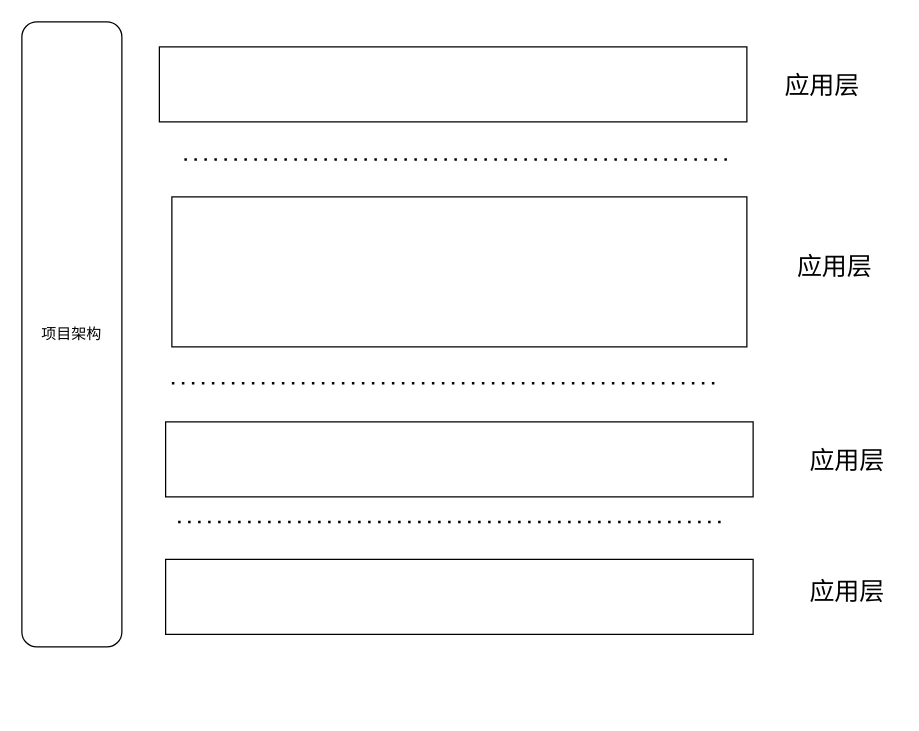
Above: Untitled Diagram.drawio in iznilul/A-draw.io (draw.io), before the change. Source tidied: cells renumbered, new cells numbered last; positions are measured from the earlier drawing's top-left corner, leaving out a move shared by most shapes. Both pictures are drawn from the tidied source at 125%, with x=0, y=0 at pixel (-241, 46).
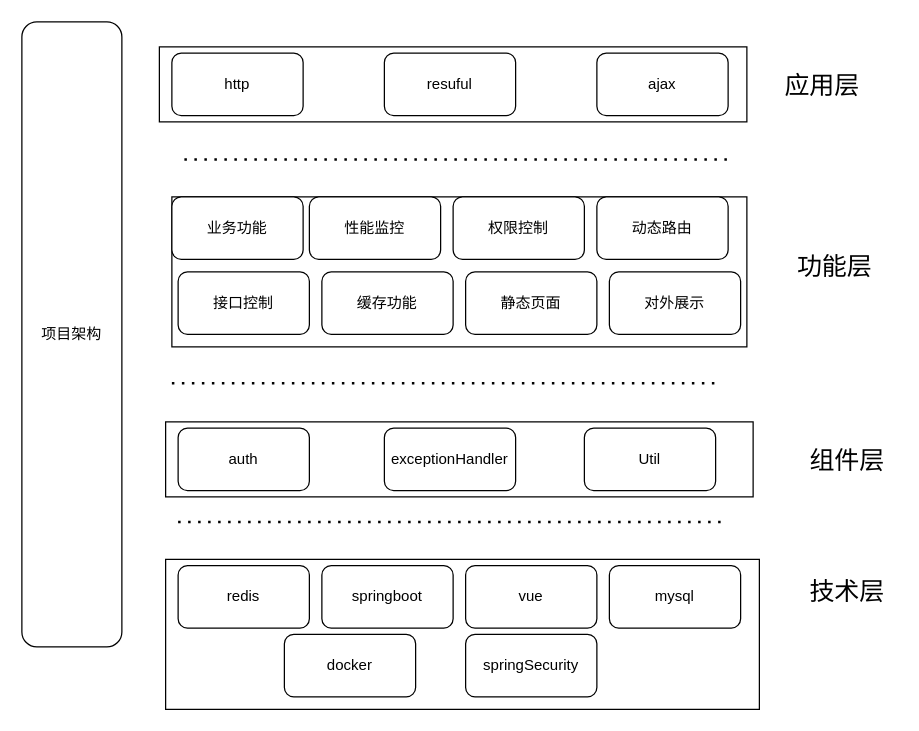
Above is the later version.

The edit, as a diff of the source:
```diff
@@
     <mxCell id="8" style="rounded=0;whiteSpace=wrap;html=1;" parent="1" vertex="1">
-      <mxGeometry x="325" y="410" width="470" height="60" as="geometry" />
+      <mxGeometry x="325" y="410" width="475" height="120" as="geometry" />
     </mxCell>
@@
-    <mxCell id="11" value="应用层" style="text;html=1;align=center;verticalAlign=middle;strokeColor=none;fillColor=none;fontSize=20;" parent="1" vertex="1">
+    <mxCell id="11" value="功能层" style="text;html=1;align=center;verticalAlign=middle;strokeColor=none;fillColor=none;fontSize=20;" parent="1" vertex="1">
       <mxGeometry x="820" y="160" width="80" height="30" as="geometry" />
     </mxCell>
-    <mxCell id="12" value="应用层" style="text;html=1;align=center;verticalAlign=middle;strokeColor=none;fillColor=none;fontSize=20;" parent="1" vertex="1">
+    <mxCell id="12" value="组件层" style="text;html=1;align=center;verticalAlign=middle;strokeColor=none;fillColor=none;fontSize=20;" parent="1" vertex="1">
       <mxGeometry x="830" y="315" width="80" height="30" as="geometry" />
     </mxCell>
-    <mxCell id="13" value="应用层" style="text;html=1;align=center;verticalAlign=middle;strokeColor=none;fillColor=none;fontSize=20;" parent="1" vertex="1">
+    <mxCell id="13" value="技术层" style="text;html=1;align=center;verticalAlign=middle;strokeColor=none;fillColor=none;fontSize=20;" parent="1" vertex="1">
       <mxGeometry x="830" y="420" width="80" height="30" as="geometry" />
     </mxCell>
+    <mxCell id="14" value="http" style="rounded=1;whiteSpace=wrap;html=1;fontSize=12;" parent="1" vertex="1">
+      <mxGeometry x="330" y="5" width="105" height="50" as="geometry" />
+    </mxCell>
+    <mxCell id="15" value="resuful" style="rounded=1;whiteSpace=wrap;html=1;" parent="1" vertex="1">
+      <mxGeometry x="500" y="5" width="105" height="50" as="geometry" />
+    </mxCell>
+    <mxCell id="16" value="业务功能" style="rounded=1;whiteSpace=wrap;html=1;" parent="1" vertex="1">
+      <mxGeometry x="330" y="120" width="105" height="50" as="geometry" />
+    </mxCell>
+    <mxCell id="17" value="性能监控" style="rounded=1;whiteSpace=wrap;html=1;" parent="1" vertex="1">
+      <mxGeometry x="440" y="120" width="105" height="50" as="geometry" />
+    </mxCell>
+    <mxCell id="18" value="权限控制" style="rounded=1;whiteSpace=wrap;html=1;" parent="1" vertex="1">
+      <mxGeometry x="555" y="120" width="105" height="50" as="geometry" />
+    </mxCell>
+    <mxCell id="19" value="动态路由" style="rounded=1;whiteSpace=wrap;html=1;" parent="1" vertex="1">
+      <mxGeometry x="670" y="120" width="105" height="50" as="geometry" />
+    </mxCell>
+    <mxCell id="20" value="接口控制" style="rounded=1;whiteSpace=wrap;html=1;" parent="1" vertex="1">
+      <mxGeometry x="335" y="180" width="105" height="50" as="geometry" />
+    </mxCell>
+    <mxCell id="21" value="缓存功能" style="rounded=1;whiteSpace=wrap;html=1;" parent="1" vertex="1">
+      <mxGeometry x="450" y="180" width="105" height="50" as="geometry" />
+    </mxCell>
+    <mxCell id="22" value="静态页面" style="rounded=1;whiteSpace=wrap;html=1;" parent="1" vertex="1">
+      <mxGeometry x="565" y="180" width="105" height="50" as="geometry" />
+    </mxCell>
+    <mxCell id="23" value="对外展示" style="rounded=1;whiteSpace=wrap;html=1;" parent="1" vertex="1">
+      <mxGeometry x="680" y="180" width="105" height="50" as="geometry" />
+    </mxCell>
+    <mxCell id="24" value="auth" style="rounded=1;whiteSpace=wrap;html=1;" parent="1" vertex="1">
+      <mxGeometry x="335" y="305" width="105" height="50" as="geometry" />
+    </mxCell>
+    <mxCell id="25" value="exceptionHandler" style="rounded=1;whiteSpace=wrap;html=1;" parent="1" vertex="1">
+      <mxGeometry x="500" y="305" width="105" height="50" as="geometry" />
+    </mxCell>
+    <mxCell id="26" value="Util" style="rounded=1;whiteSpace=wrap;html=1;" parent="1" vertex="1">
+      <mxGeometry x="660" y="305" width="105" height="50" as="geometry" />
+    </mxCell>
+    <mxCell id="27" value="redis" style="rounded=1;whiteSpace=wrap;html=1;" parent="1" vertex="1">
+      <mxGeometry x="335" y="415" width="105" height="50" as="geometry" />
+    </mxCell>
+    <mxCell id="28" value="springboot" style="rounded=1;whiteSpace=wrap;html=1;" parent="1" vertex="1">
+      <mxGeometry x="450" y="415" width="105" height="50" as="geometry" />
+    </mxCell>
+    <mxCell id="29" value="vue" style="rounded=1;whiteSpace=wrap;html=1;" parent="1" vertex="1">
+      <mxGeometry x="565" y="415" width="105" height="50" as="geometry" />
+    </mxCell>
+    <mxCell id="30" value="mysql" style="rounded=1;whiteSpace=wrap;html=1;" parent="1" vertex="1">
+      <mxGeometry x="680" y="415" width="105" height="50" as="geometry" />
+    </mxCell>
+    <mxCell id="31" value="ajax" style="rounded=1;whiteSpace=wrap;html=1;" parent="1" vertex="1">
+      <mxGeometry x="670" y="5" width="105" height="50" as="geometry" />
+    </mxCell>
+    <mxCell id="32" value="docker" style="rounded=1;whiteSpace=wrap;html=1;" parent="1" vertex="1">
+      <mxGeometry x="420" y="470" width="105" height="50" as="geometry" />
+    </mxCell>
+    <mxCell id="33" value="springSecurity" style="rounded=1;whiteSpace=wrap;html=1;" parent="1" vertex="1">
+      <mxGeometry x="565" y="470" width="105" height="50" as="geometry" />
+    </mxCell>
```
